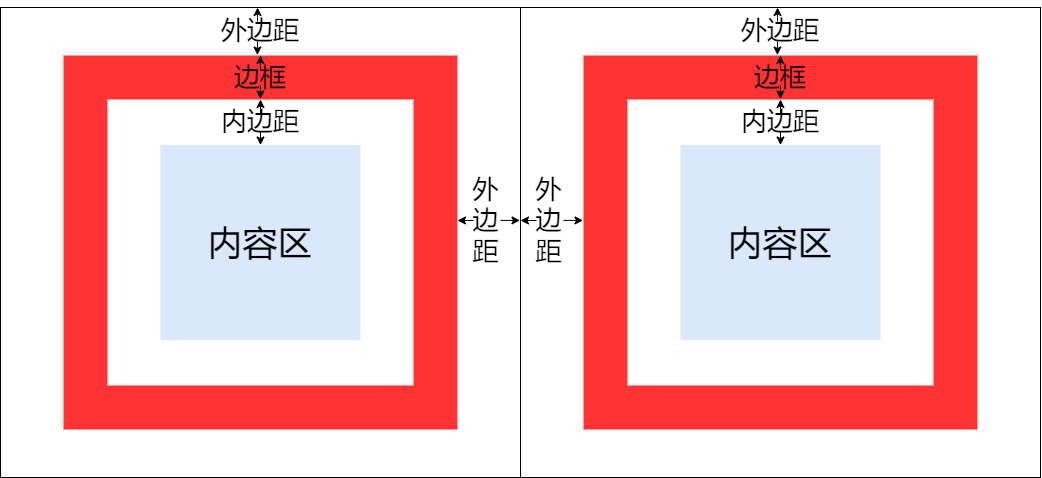
This is 02_HTML和CSS/14_盒子模型/image/01_盒子模型各个组成部分.png from ywanzhou/Learn-front-end-from-scratc, a draw.io export, as it was before one commit. Source tidied: cells renumbered, new cells last; positions are measured from the earlier drawing's top-left corner, leaving out a move shared by most shapes.
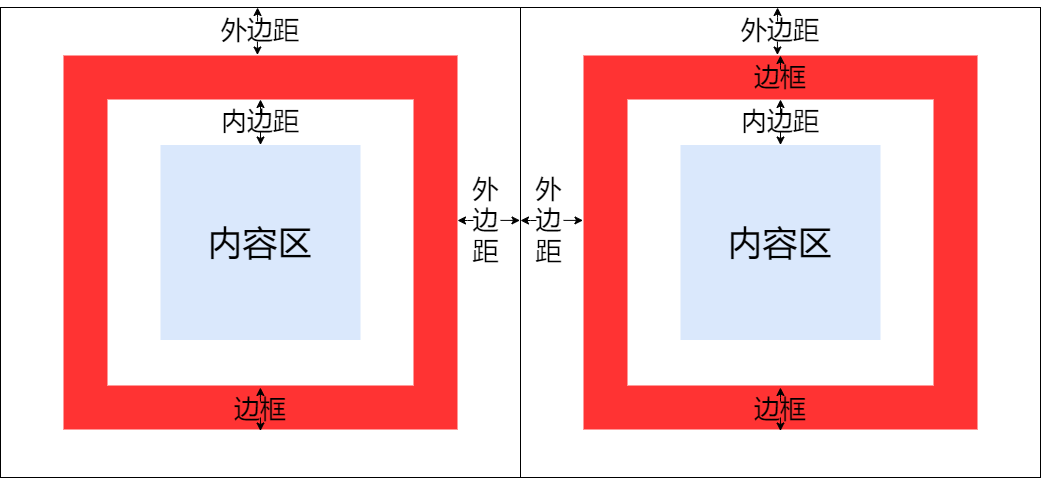
After the commit.

Commit message:
盒子模型各个组成部分

Change to the diagram source:
```diff
@@ -28,22 +28,22 @@
       <mxGeometry x="215" y="104" width="90" height="20" as="geometry" />
     </mxCell>
     <mxCell id="8" value="&lt;font style=&quot;font-size: 26px&quot;&gt;边框&lt;/font&gt;" style="text;html=1;strokeColor=none;fillColor=none;align=center;verticalAlign=middle;whiteSpace=wrap;rounded=0;strokeWidth=4;" parent="1" vertex="1">
-      <mxGeometry x="215" y="60" width="90" height="20" as="geometry" />
+      <mxGeometry x="215" y="392" width="90" height="20" as="geometry" />
     </mxCell>
     <mxCell id="9" style="edgeStyle=orthogonalEdgeStyle;rounded=0;orthogonalLoop=1;jettySize=auto;html=1;exitX=0.5;exitY=0;exitDx=0;exitDy=0;" parent="1" edge="1">
       <mxGeometry relative="1" as="geometry">
-        <mxPoint x="259.9" y="62" as="sourcePoint" />
-        <mxPoint x="259.9" y="48" as="targetPoint" />
+        <mxPoint x="259.9" y="394" as="sourcePoint" />
+        <mxPoint x="259.9" y="380" as="targetPoint" />
         <Array as="points">
-          <mxPoint x="259.9" y="58" />
-          <mxPoint x="259.9" y="58" />
+          <mxPoint x="259.9" y="390" />
+          <mxPoint x="259.9" y="390" />
         </Array>
       </mxGeometry>
     </mxCell>
     <mxCell id="10" style="edgeStyle=orthogonalEdgeStyle;rounded=0;orthogonalLoop=1;jettySize=auto;html=1;exitX=0.5;exitY=1;exitDx=0;exitDy=0;entryX=0.5;entryY=0;entryDx=0;entryDy=0;" parent="1" edge="1">
       <mxGeometry relative="1" as="geometry">
-        <mxPoint x="259.9" y="78" as="sourcePoint" />
-        <mxPoint x="259.9" y="91.5" as="targetPoint" />
+        <mxPoint x="259.9" y="410" as="sourcePoint" />
+        <mxPoint x="259.9" y="423.5" as="targetPoint" />
       </mxGeometry>
     </mxCell>
     <mxCell id="11" value="&lt;font style=&quot;font-size: 26px&quot;&gt;外边距&lt;/font&gt;" style="text;html=1;strokeColor=none;fillColor=none;align=center;verticalAlign=middle;whiteSpace=wrap;rounded=0;strokeWidth=4;" parent="1" vertex="1">
@@ -105,8 +105,8 @@
     </mxCell>
     <mxCell id="22" style="edgeStyle=orthogonalEdgeStyle;rounded=0;orthogonalLoop=1;jettySize=auto;html=1;exitX=0.5;exitY=1;exitDx=0;exitDy=0;entryX=0.5;entryY=0;entryDx=0;entryDy=0;" parent="1" edge="1">
       <mxGeometry relative="1" as="geometry">
-        <mxPoint x="780" y="78" as="sourcePoint" />
-        <mxPoint x="780" y="91.5" as="targetPoint" />
+        <mxPoint x="780" y="410" as="sourcePoint" />
+        <mxPoint x="780" y="423.5" as="targetPoint" />
       </mxGeometry>
     </mxCell>
     <mxCell id="23" value="&lt;font style=&quot;font-size: 26px&quot;&gt;外边距&lt;/font&gt;" style="text;html=1;strokeColor=none;fillColor=none;align=center;verticalAlign=middle;whiteSpace=wrap;rounded=0;strokeWidth=4;" parent="1" vertex="1">
@@ -169,5 +169,18 @@
         </Array>
       </mxGeometry>
     </mxCell>
+    <mxCell id="32" value="&lt;font style=&quot;font-size: 26px&quot;&gt;边框&lt;/font&gt;" style="text;html=1;strokeColor=none;fillColor=none;align=center;verticalAlign=middle;whiteSpace=wrap;rounded=0;strokeWidth=4;" parent="1" vertex="1">
+      <mxGeometry x="735" y="392" width="90" height="20" as="geometry" />
+    </mxCell>
+    <mxCell id="33" style="edgeStyle=orthogonalEdgeStyle;rounded=0;orthogonalLoop=1;jettySize=auto;html=1;exitX=0.5;exitY=0;exitDx=0;exitDy=0;" parent="1" edge="1">
+      <mxGeometry relative="1" as="geometry">
+        <mxPoint x="779.9" y="394" as="sourcePoint" />
+        <mxPoint x="779.9" y="380" as="targetPoint" />
+        <Array as="points">
+          <mxPoint x="780" y="390" />
+          <mxPoint x="780" y="390" />
+        </Array>
+      </mxGeometry>
+    </mxCell>
   </root>
 </mxGraphModel>
```
